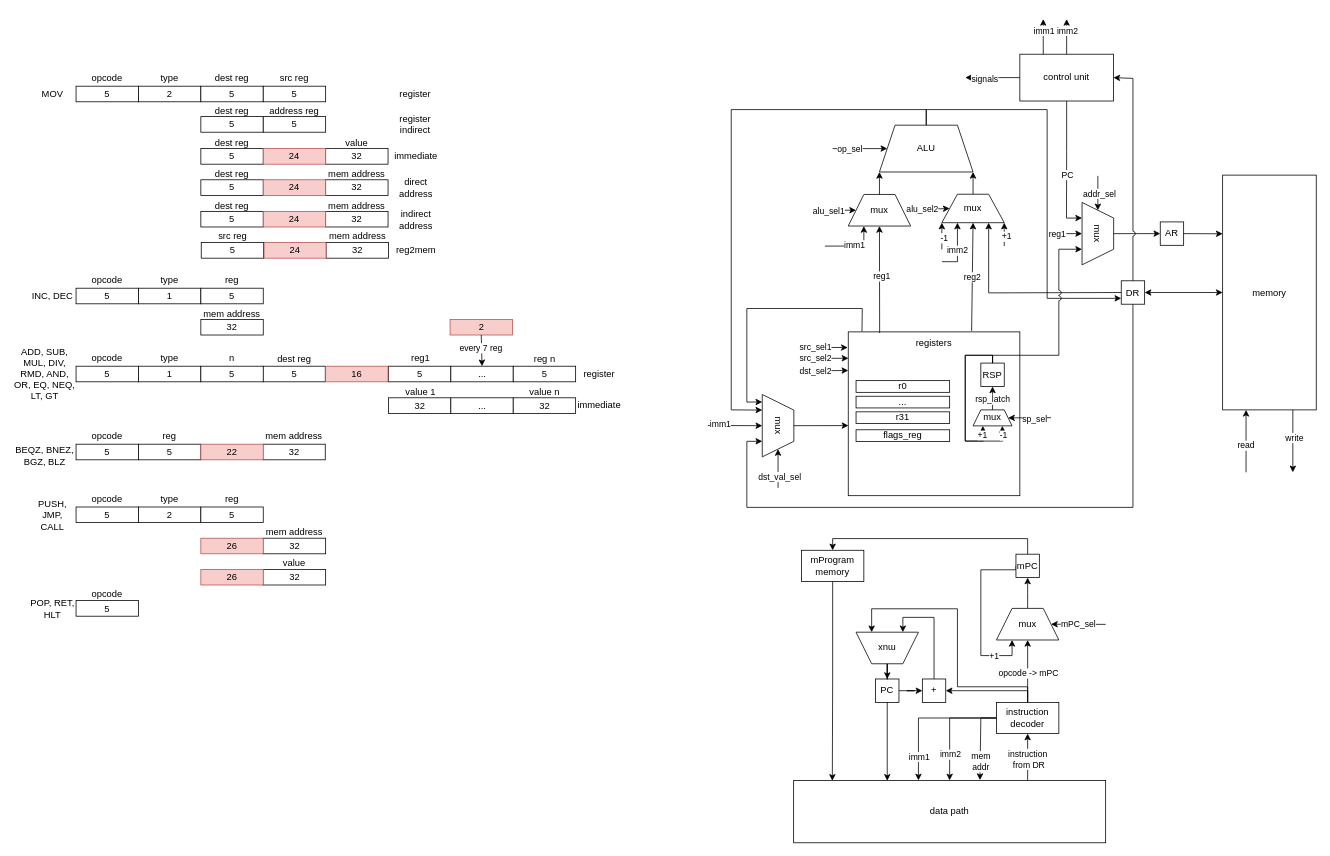
Earlier version of the draw.io diagram resources/csa_lab4.drawio (vanya9090/csa_lab4). Source tidied: cells renumbered, new cells numbered last; positions are measured from the earlier drawing's top-left corner, leaving out a move shared by most shapes. Both pictures are drawn from the tidied source at 78%, with x=0, y=0 at pixel (13, 19).
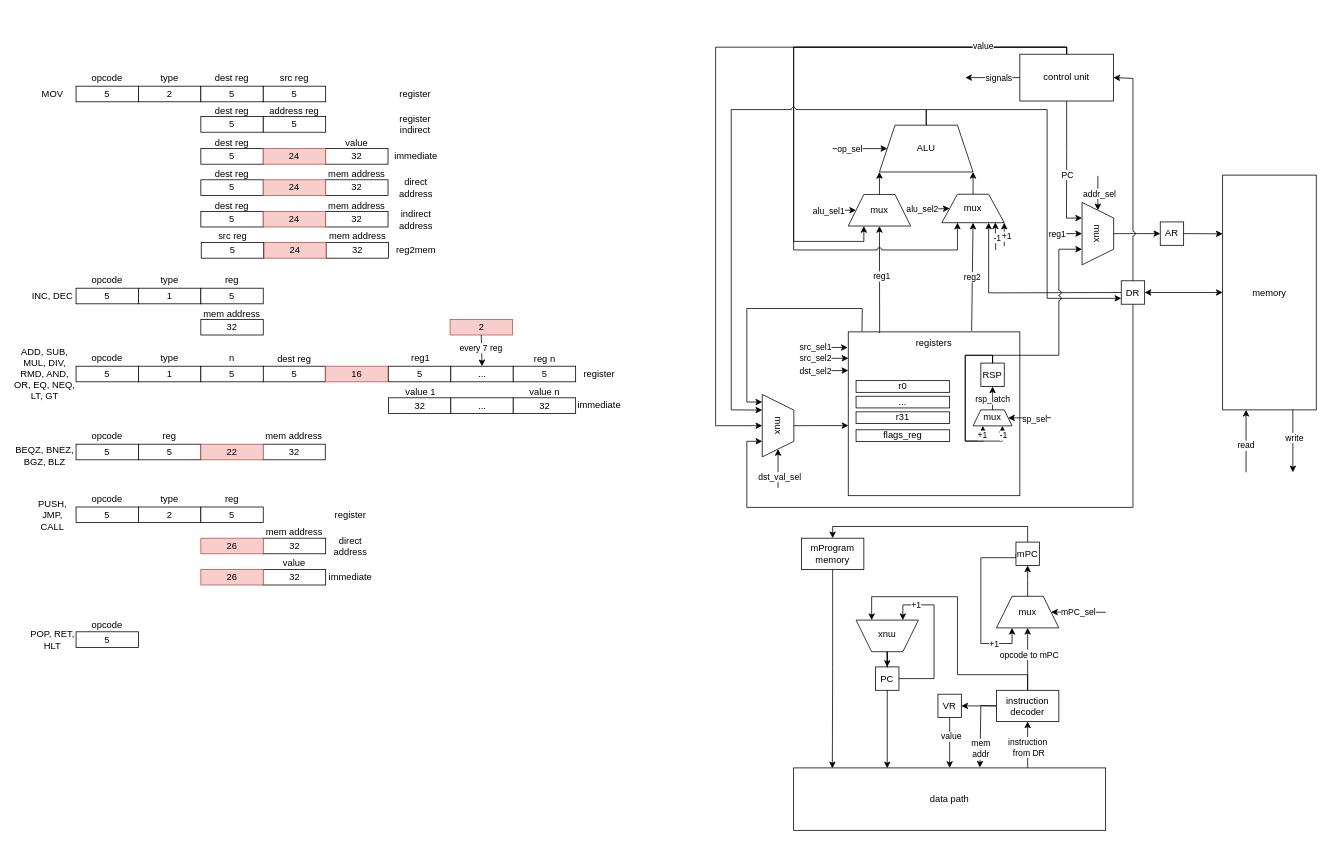
The same page after the edit.

Commit message (it also covers changes not shown here):
rename immediate, fix diagrams

The change refers to these unchanged cells:
```xml
<mxCell id="62" value="ALU" style="shape=trapezoid;perimeter=trapezoidPerimeter;whiteSpace=wrap;html=1;fixedSize=1;" parent="1" vertex="1">
  <mxGeometry x="1110" y="136" width="120" height="60" as="geometry" />
</mxCell>
<mxCell id="63" value="mux" style="shape=trapezoid;perimeter=trapezoidPerimeter;whiteSpace=wrap;html=1;fixedSize=1;" parent="1" vertex="1">
  <mxGeometry x="1070" y="224.8" width="80" height="40.5" as="geometry" />
</mxCell>
<mxCell id="64" value="mux" style="shape=trapezoid;perimeter=trapezoidPerimeter;whiteSpace=wrap;html=1;fixedSize=1;" parent="1" vertex="1">
  <mxGeometry x="1190" y="224.5" width="80" height="36.5" as="geometry" />
</mxCell>
<mxCell id="77" value="control unit" style="rounded=0;whiteSpace=wrap;html=1;" parent="1" vertex="1">
  <mxGeometry x="1290" y="45" width="120" height="60" as="geometry" />
</mxCell>
<mxCell id="82" style="endArrow=classic;html=1;rounded=0;exitX=0;exitY=0.5;exitDx=0;exitDy=0;" parent="1" edge="1" source="77">
  <mxGeometry relative="1" as="geometry">
    <mxPoint x="1220" y="75" as="targetPoint" />
  </mxGeometry>
</mxCell>
<mxCell id="91" value="mux" style="shape=trapezoid;perimeter=trapezoidPerimeter;whiteSpace=wrap;html=1;fixedSize=1;rotation=90;" parent="1" vertex="1">
  <mxGeometry x="940" y="501" width="80" height="40.5" as="geometry" />
</mxCell>
<mxCell id="154" style="edgeStyle=orthogonalEdgeStyle;rounded=0;jettySize=auto;html=1;entryX=0.5;entryY=1;entryDx=0;entryDy=0;" parent="1" edge="1" source="158" target="170">
  <mxGeometry relative="1" as="geometry" />
</mxCell>
```

Diff of the diagram source:
```diff
@@
     <mxCell id="43" value="5" style="rounded=0;whiteSpace=wrap;html=1;" parent="1" vertex="1">
-      <mxGeometry x="80" y="745.5" width="80" height="20" as="geometry" />
+      <mxGeometry x="80" y="785.5" width="80" height="20" as="geometry" />
     </mxCell>
     <mxCell id="44" value="POP, RET, HLT" style="text;html=1;align=center;verticalAlign=middle;whiteSpace=wrap;rounded=0;" parent="1" vertex="1">
-      <mxGeometry x="20" y="740.5" width="60" height="30" as="geometry" />
+      <mxGeometry x="20" y="780.5" width="60" height="30" as="geometry" />
     </mxCell>
     <mxCell id="45" value="opcode" style="text;html=1;align=center;verticalAlign=middle;whiteSpace=wrap;rounded=0;" parent="1" vertex="1">
-      <mxGeometry x="90" y="721.5" width="60" height="30" as="geometry" />
+      <mxGeometry x="90" y="761.5" width="60" height="30" as="geometry" />
     </mxCell>
@@
+    <mxCell id="211" style="edgeStyle=orthogonalEdgeStyle;rounded=0;jettySize=auto;html=1;entryX=0.5;entryY=1;entryDx=0;entryDy=0;" parent="1" edge="1" source="77" target="91">
+      <mxGeometry relative="1" as="geometry">
+        <Array as="points">
+          <mxPoint x="1350" y="36" />
+          <mxPoint x="900" y="36" />
+          <mxPoint x="900" y="521" />
+        </Array>
+      </mxGeometry>
+    </mxCell>
+    <mxCell id="212" style="edgeStyle=orthogonalEdgeStyle;rounded=0;jettySize=auto;html=1;entryX=0.25;entryY=1;entryDx=0;entryDy=0;jumpStyle=arc;" parent="1" edge="1" source="77" target="63">
+      <mxGeometry relative="1" as="geometry">
+        <Array as="points">
+          <mxPoint x="1350" y="36" />
+          <mxPoint x="1000" y="36" />
+          <mxPoint x="1000" y="285" />
+          <mxPoint x="1090" y="285" />
+        </Array>
+      </mxGeometry>
+    </mxCell>
+    <mxCell id="213" style="edgeStyle=orthogonalEdgeStyle;rounded=0;jettySize=auto;html=1;entryX=0.25;entryY=1;entryDx=0;entryDy=0;jumpStyle=arc;" parent="1" edge="1" source="77" target="64">
+      <mxGeometry relative="1" as="geometry">
+        <Array as="points">
+          <mxPoint x="1350" y="36" />
+          <mxPoint x="1000" y="36" />
+          <mxPoint x="1000" y="296" />
+          <mxPoint x="1210" y="296" />
+        </Array>
+      </mxGeometry>
+    </mxCell>
+    <mxCell id="214" value="value" style="edgeLabel;html=1;align=center;verticalAlign=middle;" parent="213" vertex="1">
+      <mxGeometry x="-0.73" y="-2" relative="1" as="geometry" />
+    </mxCell>
@@
     <mxCell id="83" value="signals" style="edgeLabel;html=1;align=center;verticalAlign=middle;" parent="82" vertex="1">
-      <mxGeometry x="0.3" y="1" relative="1" as="geometry" />
+      <mxGeometry x="-0.19" relative="1" as="geometry" />
     </mxCell>
-    <mxCell id="84" style="endArrow=classic;html=1;rounded=0;entryX=0.25;entryY=1;entryDx=0;entryDy=0;" parent="1" edge="1" target="64">
-      <mxGeometry relative="1" as="geometry">
-        <mxPoint x="1190" y="311" as="sourcePoint" />
-        <Array as="points">
-          <mxPoint x="1210" y="311" />
-        </Array>
-      </mxGeometry>
-    </mxCell>
-    <mxCell id="85" value="imm2" style="edgeLabel;html=1;align=center;verticalAlign=middle;" parent="84" vertex="1">
-      <mxGeometry x="-0.02" y="1" relative="1" as="geometry">
-        <mxPoint y="-1" as="offset" />
-      </mxGeometry>
-    </mxCell>
-    <mxCell id="86" style="endArrow=classic;html=1;rounded=0;entryX=0.25;entryY=1;entryDx=0;entryDy=0;" parent="1" edge="1" target="63">
-      <mxGeometry relative="1" as="geometry">
-        <mxPoint x="1040" y="291" as="sourcePoint" />
-        <Array as="points">
-          <mxPoint x="1090" y="291" />
-        </Array>
-      </mxGeometry>
-    </mxCell>
-    <mxCell id="87" value="imm1" style="edgeLabel;html=1;align=center;verticalAlign=middle;" parent="86" vertex="1">
-      <mxGeometry x="-0.02" y="1" relative="1" as="geometry">
-        <mxPoint y="-1" as="offset" />
-      </mxGeometry>
-    </mxCell>
@@
-    <mxCell id="94" style="endArrow=classic;html=1;rounded=0;exitX=0.5;exitY=0;exitDx=0;exitDy=0;entryX=0.25;entryY=1;entryDx=0;entryDy=0;" parent="1" edge="1" source="62" target="91">
+    <mxCell id="94" style="endArrow=classic;html=1;rounded=0;exitX=0.5;exitY=0;exitDx=0;exitDy=0;entryX=0.25;entryY=1;entryDx=0;entryDy=0;jumpStyle=arc;" parent="1" edge="1" source="62" target="91">
       <mxGeometry relative="1" as="geometry">
         <Array as="points">
           <mxPoint x="1170" y="116" />
           <mxPoint x="920" y="116" />
           <mxPoint x="920" y="501" />
         </Array>
       </mxGeometry>
     </mxCell>
@@
-    <mxCell id="98" style="endArrow=classic;html=1;rounded=0;entryX=0.5;entryY=1;entryDx=0;entryDy=0;" parent="1" edge="1" target="91">
-      <mxGeometry relative="1" as="geometry">
-        <mxPoint x="890" y="521" as="sourcePoint" />
-      </mxGeometry>
-    </mxCell>
-    <mxCell id="99" value="imm1" style="edgeLabel;html=1;align=center;verticalAlign=middle;" parent="98" vertex="1">
-      <mxGeometry x="-0.57" y="2" relative="1" as="geometry" />
-    </mxCell>
@@
     <mxCell id="126" value="data path" style="rounded=0;whiteSpace=wrap;html=1;" parent="1" vertex="1">
-      <mxGeometry x="1000" y="976" width="400" height="80" as="geometry" />
+      <mxGeometry x="1000" y="960" width="400" height="80" as="geometry" />
     </mxCell>
@@
-    <mxCell id="136" style="endArrow=classic;html=1;rounded=0;entryX=0;entryY=1;entryDx=0;entryDy=0;" parent="1" edge="1" target="64">
+    <mxCell id="136" style="endArrow=classic;html=1;rounded=0;entryX=0.857;entryY=0.988;entryDx=0;entryDy=0;entryPerimeter=0;" parent="1" edge="1" target="64">
       <mxGeometry relative="1" as="geometry">
-        <mxPoint x="1190" y="295.2" as="sourcePoint" />
+        <mxPoint x="1259" y="296" as="sourcePoint" />
       </mxGeometry>
     </mxCell>
@@
-    <mxCell id="139" style="endArrow=classic;html=1;rounded=0;exitX=0.25;exitY=0;exitDx=0;exitDy=0;" parent="1" edge="1" source="77">
-      <mxGeometry relative="1" as="geometry">
-        <mxPoint x="1320" as="targetPoint" />
-      </mxGeometry>
-    </mxCell>
-    <mxCell id="140" value="imm1" style="edgeLabel;html=1;align=center;verticalAlign=middle;" parent="139" vertex="1">
-      <mxGeometry x="0.36" relative="1" as="geometry" />
-    </mxCell>
-    <mxCell id="141" style="endArrow=classic;html=1;rounded=0;exitX=0.5;exitY=0;exitDx=0;exitDy=0;" parent="1" edge="1" source="77">
-      <mxGeometry relative="1" as="geometry">
-        <mxPoint x="1350" as="targetPoint" />
-      </mxGeometry>
-    </mxCell>
-    <mxCell id="142" value="imm2" style="edgeLabel;html=1;align=center;verticalAlign=middle;" parent="141" vertex="1">
-      <mxGeometry x="0.36" relative="1" as="geometry" />
-    </mxCell>
@@
-    <mxCell id="155" value="opcode -&amp;gt; mPC" style="edgeLabel;html=1;align=center;verticalAlign=middle;" parent="154" vertex="1">
-      <mxGeometry x="-0.05" relative="1" as="geometry" />
-    </mxCell>
-    <mxCell id="156" style="edgeStyle=orthogonalEdgeStyle;rounded=0;jettySize=auto;html=1;entryX=1;entryY=0.5;entryDx=0;entryDy=0;" parent="1" edge="1" source="158" target="189">
-      <mxGeometry relative="1" as="geometry">
-        <Array as="points">
-          <mxPoint x="1300" y="861" />
-        </Array>
-      </mxGeometry>
-    </mxCell>
+    <mxCell id="215" value="opcode to mPC" style="edgeLabel;html=1;align=center;verticalAlign=middle;" parent="154" vertex="1">
+      <mxGeometry x="0.16" y="-1" relative="1" as="geometry" />
+    </mxCell>
     <mxCell id="157" style="edgeStyle=orthogonalEdgeStyle;rounded=0;jettySize=auto;html=1;entryX=0.75;entryY=1;entryDx=0;entryDy=0;" parent="1" edge="1" source="158" target="187">
       <mxGeometry relative="1" as="geometry">
         <Array as="points">
-          <mxPoint x="1300" y="856" />
-          <mxPoint x="1210" y="856" />
-          <mxPoint x="1210" y="756" />
-          <mxPoint x="1100" y="756" />
+          <mxPoint x="1300" y="840.5" />
+          <mxPoint x="1210" y="840.5" />
+          <mxPoint x="1210" y="740.5" />
+          <mxPoint x="1100" y="740.5" />
         </Array>
       </mxGeometry>
     </mxCell>
+    <mxCell id="216" style="edgeStyle=orthogonalEdgeStyle;rounded=0;jettySize=auto;html=1;entryX=1;entryY=0.5;entryDx=0;entryDy=0;" parent="1" edge="1" source="158" target="224">
+      <mxGeometry relative="1" as="geometry" />
+    </mxCell>
     <mxCell id="158" value="instruction&lt;div&gt;decoder&lt;/div&gt;" style="rounded=0;whiteSpace=wrap;html=1;" parent="1" vertex="1">
-      <mxGeometry x="1260" y="876" width="80" height="40" as="geometry" />
+      <mxGeometry x="1260" y="860.5" width="80" height="40" as="geometry" />
     </mxCell>
@@
-    <mxCell id="161" style="endArrow=classic;html=1;rounded=0;exitX=0;exitY=0.5;exitDx=0;exitDy=0;entryX=0.4;entryY=0;entryDx=0;entryDy=0;entryPerimeter=0;" parent="1" edge="1" source="158" target="126">
-      <mxGeometry relative="1" as="geometry">
-        <Array as="points">
-          <mxPoint x="1160" y="896" />
-        </Array>
-      </mxGeometry>
-    </mxCell>
-    <mxCell id="162" value="imm1" style="edgeLabel;html=1;align=center;verticalAlign=middle;" parent="161" vertex="1">
-      <mxGeometry x="0.65" relative="1" as="geometry" />
-    </mxCell>
-    <mxCell id="163" style="endArrow=classic;html=1;rounded=0;exitX=0;exitY=0.5;exitDx=0;exitDy=0;entryX=0.5;entryY=0;entryDx=0;entryDy=0;" parent="1" edge="1" source="158" target="126">
-      <mxGeometry relative="1" as="geometry">
-        <Array as="points">
-          <mxPoint x="1200" y="896" />
-        </Array>
-      </mxGeometry>
-    </mxCell>
-    <mxCell id="164" value="imm2" style="edgeLabel;html=1;align=center;verticalAlign=middle;" parent="163" vertex="1">
-      <mxGeometry x="0.52" relative="1" as="geometry" />
-    </mxCell>
     <mxCell id="165" style="endArrow=classic;html=1;rounded=0;exitX=0;exitY=0.5;exitDx=0;exitDy=0;entryX=0.597;entryY=-0.006;entryDx=0;entryDy=0;entryPerimeter=0;" parent="1" edge="1" source="158" target="126">
       <mxGeometry relative="1" as="geometry">
         <Array as="points">
-          <mxPoint x="1240" y="896" />
+          <mxPoint x="1240" y="880" />
         </Array>
       </mxGeometry>
     </mxCell>
@@
-    <mxCell id="167" style="edgeStyle=orthogonalEdgeStyle;rounded=0;jettySize=auto;html=1;entryX=0;entryY=0.5;entryDx=0;entryDy=0;" parent="1" edge="1" source="168" target="189">
-      <mxGeometry relative="1" as="geometry" />
-    </mxCell>
+    <mxCell id="217" style="edgeStyle=orthogonalEdgeStyle;rounded=0;jettySize=auto;html=1;entryX=0.25;entryY=1;entryDx=0;entryDy=0;" parent="1" edge="1" source="168" target="187">
+      <mxGeometry relative="1" as="geometry">
+        <Array as="points">
+          <mxPoint x="1180" y="845" />
+          <mxPoint x="1180" y="751" />
+          <mxPoint x="1140" y="751" />
+        </Array>
+      </mxGeometry>
+    </mxCell>
+    <mxCell id="218" value="+1" style="edgeLabel;html=1;align=center;verticalAlign=middle;" parent="217" vertex="1">
+      <mxGeometry x="0.64" y="-1" relative="1" as="geometry" />
+    </mxCell>
     <mxCell id="168" value="PC" style="rounded=0;whiteSpace=wrap;html=1;" parent="1" vertex="1">
-      <mxGeometry x="1105" y="846" width="30" height="30" as="geometry" />
+      <mxGeometry x="1105" y="830.5" width="30" height="30" as="geometry" />
     </mxCell>
@@
     <mxCell id="170" value="mux" style="shape=trapezoid;perimeter=trapezoidPerimeter;whiteSpace=wrap;html=1;fixedSize=1;rotation=0;" parent="1" vertex="1">
-      <mxGeometry x="1260" y="755.5" width="80" height="40.5" as="geometry" />
+      <mxGeometry x="1260" y="740" width="80" height="40.5" as="geometry" />
     </mxCell>
     <mxCell id="171" style="edgeStyle=orthogonalEdgeStyle;rounded=0;jettySize=auto;html=1;entryX=0.25;entryY=1;entryDx=0;entryDy=0;exitX=0;exitY=0.5;exitDx=0;exitDy=0;" parent="1" edge="1" source="174" target="170">
       <mxGeometry relative="1" as="geometry">
         <Array as="points">
-          <mxPoint x="1285" y="706" />
-          <mxPoint x="1240" y="706" />
-          <mxPoint x="1240" y="816" />
-          <mxPoint x="1280" y="816" />
+          <mxPoint x="1285" y="690.5" />
+          <mxPoint x="1240" y="690.5" />
+          <mxPoint x="1240" y="800.5" />
+          <mxPoint x="1280" y="800.5" />
         </Array>
       </mxGeometry>
     </mxCell>
@@
     <mxCell id="173" style="edgeStyle=orthogonalEdgeStyle;rounded=0;jettySize=auto;html=1;entryX=0.5;entryY=0;entryDx=0;entryDy=0;" parent="1" edge="1" source="174" target="177">
       <mxGeometry relative="1" as="geometry">
         <Array as="points">
-          <mxPoint x="1300" y="666" />
-          <mxPoint x="1050" y="666" />
+          <mxPoint x="1300" y="650.5" />
+          <mxPoint x="1050" y="650.5" />
         </Array>
       </mxGeometry>
     </mxCell>
     <mxCell id="174" value="mPC" style="rounded=0;whiteSpace=wrap;html=1;" parent="1" vertex="1">
-      <mxGeometry x="1285" y="686" width="30" height="30" as="geometry" />
+      <mxGeometry x="1285" y="670.5" width="30" height="30" as="geometry" />
     </mxCell>
     <mxCell id="175" value="mPC_sel" style="endArrow=classic;html=1;rounded=0;entryX=1;entryY=0.5;entryDx=0;entryDy=0;" parent="1" edge="1" target="170">
       <mxGeometry relative="1" as="geometry">
-        <mxPoint x="1400" y="776" as="sourcePoint" />
+        <mxPoint x="1400" y="760.5" as="sourcePoint" />
       </mxGeometry>
     </mxCell>
@@
     <mxCell id="177" value="mProgram&lt;div&gt;memory&lt;/div&gt;" style="rounded=0;whiteSpace=wrap;html=1;" parent="1" vertex="1">
-      <mxGeometry x="1010" y="681" width="80" height="40" as="geometry" />
+      <mxGeometry x="1010" y="665.5" width="80" height="40" as="geometry" />
     </mxCell>
@@
     <mxCell id="187" value="mux" style="shape=trapezoid;perimeter=trapezoidPerimeter;whiteSpace=wrap;html=1;fixedSize=1;rotation=-180;" parent="1" vertex="1">
-      <mxGeometry x="1080" y="786" width="80" height="40.5" as="geometry" />
+      <mxGeometry x="1080" y="770.5" width="80" height="40.5" as="geometry" />
     </mxCell>
-    <mxCell id="188" style="edgeStyle=orthogonalEdgeStyle;rounded=0;jettySize=auto;html=1;entryX=0.25;entryY=1;entryDx=0;entryDy=0;" parent="1" edge="1" source="189" target="187">
-      <mxGeometry relative="1" as="geometry">
-        <Array as="points">
-          <mxPoint x="1180" y="767" />
-          <mxPoint x="1140" y="767" />
-        </Array>
-      </mxGeometry>
-    </mxCell>
-    <mxCell id="189" value="+" style="rounded=0;whiteSpace=wrap;html=1;" parent="1" vertex="1">
-      <mxGeometry x="1165" y="846" width="30" height="30" as="geometry" />
-    </mxCell>
@@
+    <mxCell id="219" value="register" style="text;html=1;align=center;verticalAlign=middle;whiteSpace=wrap;rounded=0;" parent="1" vertex="1">
+      <mxGeometry x="401.5" y="620.5" width="60" height="30" as="geometry" />
+    </mxCell>
+    <mxCell id="220" value="direct address" style="text;html=1;align=center;verticalAlign=middle;whiteSpace=wrap;rounded=0;" parent="1" vertex="1">
+      <mxGeometry x="401.5" y="660.5" width="60" height="30" as="geometry" />
+    </mxCell>
+    <mxCell id="221" value="immediate" style="text;html=1;align=center;verticalAlign=middle;whiteSpace=wrap;rounded=0;" parent="1" vertex="1">
+      <mxGeometry x="401.5" y="700.5" width="60" height="30" as="geometry" />
+    </mxCell>
+    <mxCell id="222" style="edgeStyle=orthogonalEdgeStyle;rounded=0;jettySize=auto;html=1;entryX=0.5;entryY=0;entryDx=0;entryDy=0;" parent="1" edge="1" source="224" target="126">
+      <mxGeometry relative="1" as="geometry" />
+    </mxCell>
+    <mxCell id="223" value="value" style="edgeLabel;html=1;align=center;verticalAlign=middle;" parent="222" vertex="1">
+      <mxGeometry x="-0.27" y="1" relative="1" as="geometry" />
+    </mxCell>
+    <mxCell id="224" value="VR" style="rounded=0;whiteSpace=wrap;html=1;" parent="1" vertex="1">
+      <mxGeometry x="1185" y="865.5" width="30" height="30" as="geometry" />
+    </mxCell>
```
